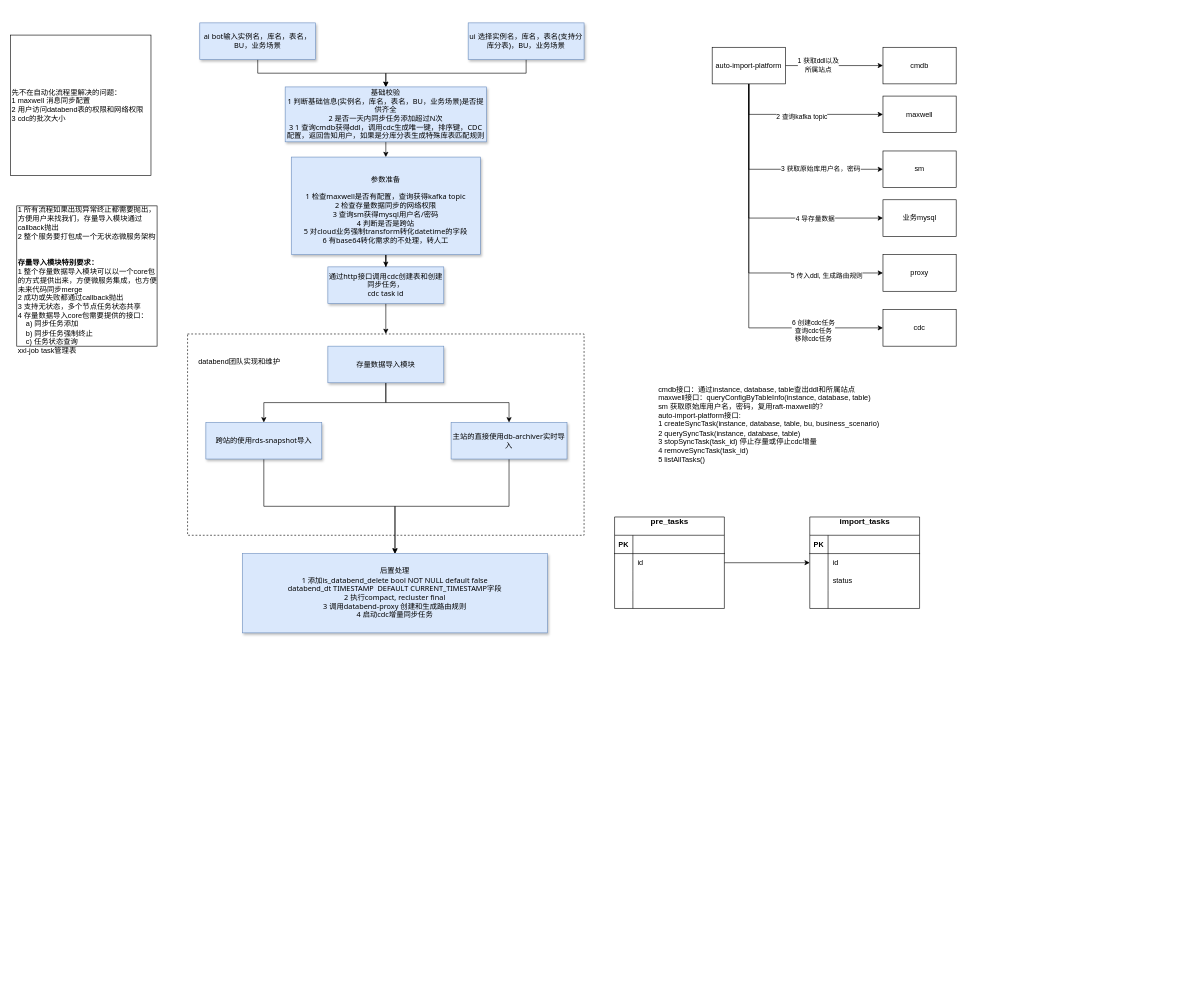
Before: doc/databend自动化数据导入流程.drawio in jackjoesh/databend, a draw.io diagram. Source tidied: cells renumbered, new cells numbered last; positions are measured from the earlier drawing's top-left corner, leaving out a move shared by most shapes. Both pictures are drawn from the tidied source at 61%, with x=0, y=0 at pixel (10, 23).
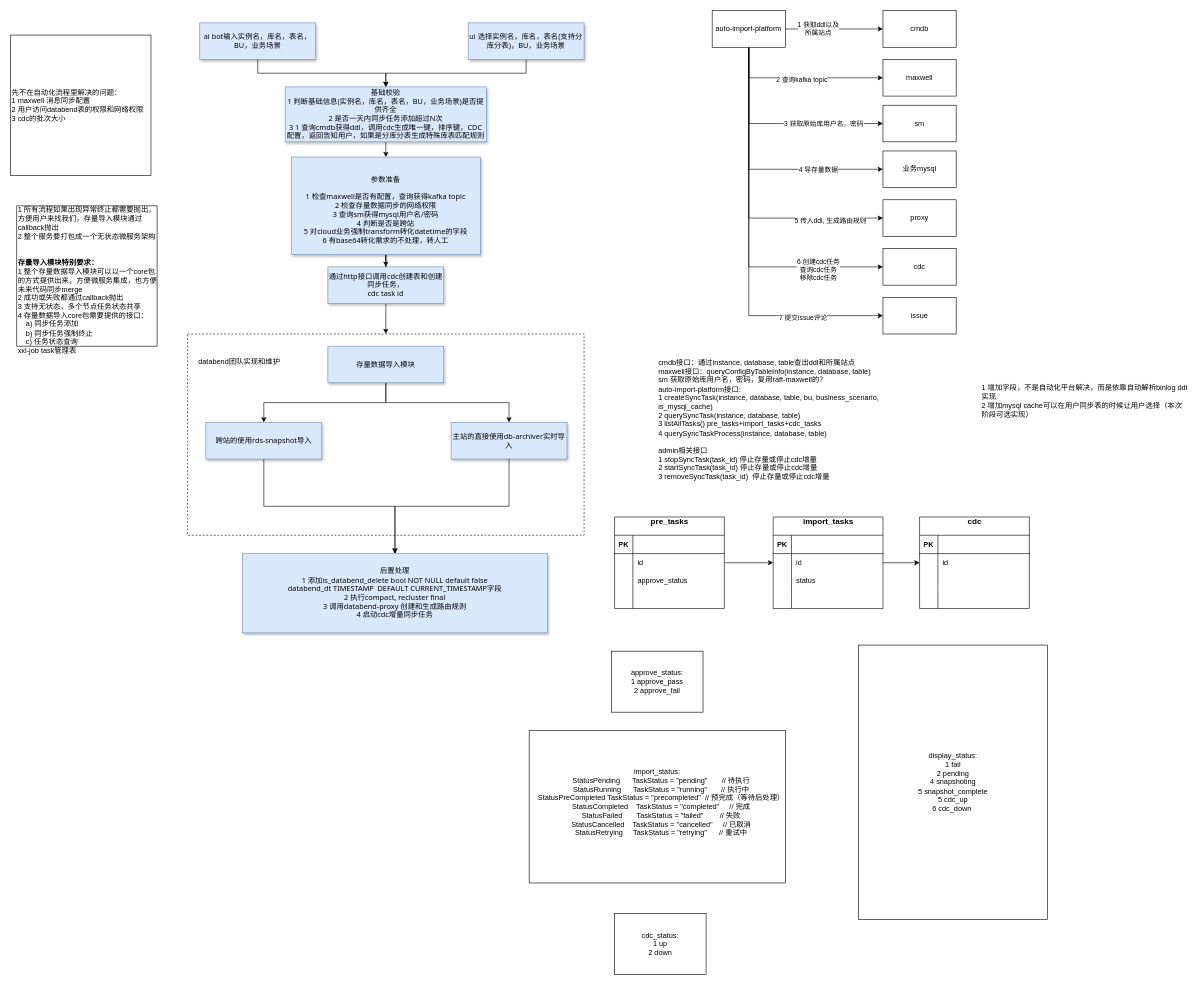
The same page after the edit.

Commit message (it also covers changes not shown here):
更新databend自动化数据导入流程.drawio

Unchanged cells that the change refers to:
```xml
<mxCell id="49" style="shape=tableRow;horizontal=0;startSize=0;swimlaneHead=0;swimlaneBody=0;fillColor=none;points=[[0,0.5],[1,0.5]];portConstraint=eastwest;top=0;left=0;right=0;bottom=0;" parent="45" vertex="1">
  <mxGeometry y="60" width="180" height="30" as="geometry" />
</mxCell>
<mxCell id="65" style="shape=tableRow;horizontal=0;startSize=0;swimlaneHead=0;swimlaneBody=0;fillColor=none;top=0;left=0;right=0;bottom=0;" parent="58" vertex="1">
  <mxGeometry y="90" width="180" height="30" as="geometry" />
</mxCell>
```

Diff of the diagram source:
```diff
@@
+    <mxCell id="72" value="approve_status:&lt;div&gt;1 approve_pass&lt;/div&gt;&lt;div&gt;2 approve_fail&lt;/div&gt;" style="rounded=0;whiteSpace=wrap;html=1;" parent="1" vertex="1">
+      <mxGeometry x="985" y="1030" width="150" height="100" as="geometry" />
+    </mxCell>
+    <mxCell id="73" value="display_status:&lt;div&gt;1 fail&lt;/div&gt;&lt;div&gt;2 pending&lt;br&gt;&lt;/div&gt;&lt;div&gt;4 snapshoting&lt;/div&gt;&lt;div&gt;5 snapshot_complete&lt;/div&gt;&lt;div&gt;5 cdc_up&lt;/div&gt;&lt;div&gt;6 cdc_down&amp;nbsp;&lt;/div&gt;" style="rounded=0;whiteSpace=wrap;html=1;" parent="1" vertex="1">
+      <mxGeometry x="1390" y="1020" width="310" height="450" as="geometry" />
+    </mxCell>
@@
+    <mxCell id="74" style="edgeStyle=orthogonalEdgeStyle;rounded=0;jettySize=auto;html=1;exitX=0.5;exitY=1;exitDx=0;exitDy=0;entryX=0;entryY=0.5;entryDx=0;entryDy=0;" parent="1" edge="1" source="37" target="93">
+      <mxGeometry relative="1" as="geometry" />
+    </mxCell>
+    <mxCell id="75" value="7 提交issue评论" style="edgeLabel;html=1;align=center;verticalAlign=middle;" parent="74" vertex="1">
+      <mxGeometry x="0.6" y="-2" relative="1" as="geometry" />
+    </mxCell>
     <mxCell id="37" value="auto-import-platform" style="rounded=0;whiteSpace=wrap;html=1;" parent="1" vertex="1">
-      <mxGeometry x="1150" y="40" width="120" height="60" as="geometry" />
+      <mxGeometry x="1150" y="-20" width="120" height="60" as="geometry" />
     </mxCell>
     <mxCell id="38" value="cmdb" style="rounded=0;whiteSpace=wrap;html=1;" parent="1" vertex="1">
-      <mxGeometry x="1430" y="40" width="120" height="60" as="geometry" />
+      <mxGeometry x="1430" y="-20" width="120" height="60" as="geometry" />
     </mxCell>
     <mxCell id="39" value="maxwell" style="rounded=0;whiteSpace=wrap;html=1;" parent="1" vertex="1">
-      <mxGeometry x="1430" y="120" width="120" height="60" as="geometry" />
+      <mxGeometry x="1430" y="60" width="120" height="60" as="geometry" />
     </mxCell>
     <mxCell id="40" value="cdc" style="rounded=0;whiteSpace=wrap;html=1;" parent="1" vertex="1">
-      <mxGeometry x="1430" y="470" width="120" height="60" as="geometry" />
+      <mxGeometry x="1430" y="370" width="120" height="60" as="geometry" />
     </mxCell>
     <mxCell id="41" value="proxy" style="rounded=0;whiteSpace=wrap;html=1;" parent="1" vertex="1">
-      <mxGeometry x="1430" y="380" width="120" height="60" as="geometry" />
+      <mxGeometry x="1430" y="290" width="120" height="60" as="geometry" />
     </mxCell>
     <mxCell id="42" value="sm" style="rounded=0;whiteSpace=wrap;html=1;" parent="1" vertex="1">
-      <mxGeometry x="1430" y="210" width="120" height="60" as="geometry" />
+      <mxGeometry x="1430" y="135" width="120" height="60" as="geometry" />
     </mxCell>
     <mxCell id="43" value="业务mysql" style="rounded=0;whiteSpace=wrap;html=1;" parent="1" vertex="1">
-      <mxGeometry x="1430" y="290" width="120" height="60" as="geometry" />
+      <mxGeometry x="1430" y="210" width="120" height="60" as="geometry" />
     </mxCell>
-    <mxCell id="44" value="&lt;div&gt;cmdb接口：通过instance, database, table查出ddl和所属站点&lt;/div&gt;maxwell接口：queryConfigByTableInfo(instance, database, table)&lt;div&gt;sm 获取原始库用户名，密码，复用raft-maxwell的？&lt;br&gt;&lt;div&gt;auto-import-platform接口:&amp;nbsp;&lt;/div&gt;&lt;div&gt;1 createSyncTask(&lt;span style=&quot;background-color: transparent; color: light-dark(rgb(0, 0, 0), rgb(255, 255, 255));&quot;&gt;instance, database, table, bu,&amp;nbsp;&lt;/span&gt;&lt;span style=&quot;background-color: transparent;&quot;&gt;business_scenario&lt;/span&gt;&lt;span style=&quot;background-color: transparent; color: light-dark(rgb(0, 0, 0), rgb(255, 255, 255));&quot;&gt;)&lt;/span&gt;&lt;/div&gt;&lt;div&gt;&lt;span style=&quot;background-color: transparent; color: light-dark(rgb(0, 0, 0), rgb(255, 255, 255));&quot;&gt;2 querySyncTask&lt;/span&gt;&lt;span style=&quot;background-color: transparent; color: light-dark(rgb(0, 0, 0), rgb(255, 255, 255));&quot;&gt;(&lt;/span&gt;&lt;span style=&quot;background-color: transparent; color: light-dark(rgb(0, 0, 0), rgb(255, 255, 255));&quot;&gt;instance, database, table&lt;/span&gt;&lt;span style=&quot;background-color: transparent; color: light-dark(rgb(0, 0, 0), rgb(255, 255, 255));&quot;&gt;)&lt;/span&gt;&lt;/div&gt;&lt;div&gt;&lt;span style=&quot;background-color: transparent; color: light-dark(rgb(0, 0, 0), rgb(255, 255, 255));&quot;&gt;3 stop&lt;/span&gt;&lt;span style=&quot;background-color: transparent; color: light-dark(rgb(0, 0, 0), rgb(255, 255, 255));&quot;&gt;SyncTask&lt;/span&gt;&lt;span style=&quot;background-color: transparent; color: light-dark(rgb(0, 0, 0), rgb(255, 255, 255));&quot;&gt;(task_id&lt;/span&gt;&lt;span style=&quot;background-color: transparent; color: light-dark(rgb(0, 0, 0), rgb(255, 255, 255));&quot;&gt;) 停止存量或停止cdc增量&lt;/span&gt;&lt;/div&gt;&lt;div&gt;&lt;span style=&quot;background-color: transparent; color: light-dark(rgb(0, 0, 0), rgb(255, 255, 255));&quot;&gt;4 removeSyncTask&lt;/span&gt;&lt;span style=&quot;background-color: transparent; color: light-dark(rgb(0, 0, 0), rgb(255, 255, 255));&quot;&gt;(task_id&lt;/span&gt;&lt;span style=&quot;background-color: transparent; color: light-dark(rgb(0, 0, 0), rgb(255, 255, 255));&quot;&gt;)&amp;nbsp;&lt;/span&gt;&lt;/div&gt;&lt;div&gt;&lt;span style=&quot;background-color: transparent; color: light-dark(rgb(0, 0, 0), rgb(255, 255, 255));&quot;&gt;5 listAllTasks()&lt;/span&gt;&lt;/div&gt;&lt;div&gt;&lt;span style=&quot;background-color: transparent; color: light-dark(rgb(0, 0, 0), rgb(255, 255, 255));&quot;&gt;&lt;br&gt;&lt;/span&gt;&lt;/div&gt;&lt;/div&gt;" style="text;html=1;align=left;verticalAlign=middle;whiteSpace=wrap;rounded=0;" parent="1" vertex="1">
+    <mxCell id="44" value="&lt;div&gt;cmdb接口：通过instance, database, table查出ddl和所属站点&lt;/div&gt;maxwell接口：queryConfigByTableInfo(instance, database, table)&lt;div&gt;sm 获取原始库用户名，密码，复用raft-maxwell的？&lt;br&gt;&lt;div&gt;auto-import-platform接口:&amp;nbsp;&lt;/div&gt;&lt;div&gt;1 createSyncTask(&lt;span style=&quot;background-color: transparent; color: light-dark(rgb(0, 0, 0), rgb(255, 255, 255));&quot;&gt;instance, database, table, bu,&amp;nbsp;&lt;/span&gt;&lt;span style=&quot;background-color: transparent;&quot;&gt;business_scenario, is_mysql_cache&lt;/span&gt;&lt;span style=&quot;background-color: transparent; color: light-dark(rgb(0, 0, 0), rgb(255, 255, 255));&quot;&gt;)&lt;/span&gt;&lt;/div&gt;&lt;div&gt;&lt;span style=&quot;background-color: transparent; color: light-dark(rgb(0, 0, 0), rgb(255, 255, 255));&quot;&gt;2 querySyncTask&lt;/span&gt;&lt;span style=&quot;background-color: transparent; color: light-dark(rgb(0, 0, 0), rgb(255, 255, 255));&quot;&gt;(&lt;/span&gt;&lt;span style=&quot;background-color: transparent; color: light-dark(rgb(0, 0, 0), rgb(255, 255, 255));&quot;&gt;instance, database, table&lt;/span&gt;&lt;span style=&quot;background-color: transparent; color: light-dark(rgb(0, 0, 0), rgb(255, 255, 255));&quot;&gt;)&lt;/span&gt;&lt;/div&gt;&lt;div&gt;&lt;span style=&quot;background-color: transparent; color: light-dark(rgb(0, 0, 0), rgb(255, 255, 255));&quot;&gt;3 listAllTasks() pre_tasks+import_tasks+cdc_tasks&lt;/span&gt;&lt;/div&gt;&lt;div&gt;&lt;span style=&quot;background-color: transparent; color: light-dark(rgb(0, 0, 0), rgb(255, 255, 255));&quot;&gt;4 querySyncTaskProcess(&lt;/span&gt;&lt;span style=&quot;background-color: transparent; color: light-dark(rgb(0, 0, 0), rgb(255, 255, 255));&quot;&gt;instance, database, table&lt;/span&gt;&lt;span style=&quot;background-color: transparent; color: light-dark(rgb(0, 0, 0), rgb(255, 255, 255));&quot;&gt;)&lt;br&gt;&lt;br&gt;admin相关接口&lt;br&gt;&lt;/span&gt;&lt;div&gt;&lt;span style=&quot;background-color: transparent; color: light-dark(rgb(0, 0, 0), rgb(255, 255, 255));&quot;&gt;1 stop&lt;/span&gt;&lt;span style=&quot;background-color: transparent; color: light-dark(rgb(0, 0, 0), rgb(255, 255, 255));&quot;&gt;SyncTask&lt;/span&gt;&lt;span style=&quot;background-color: transparent; color: light-dark(rgb(0, 0, 0), rgb(255, 255, 255));&quot;&gt;(task_id&lt;/span&gt;&lt;span style=&quot;background-color: transparent; color: light-dark(rgb(0, 0, 0), rgb(255, 255, 255));&quot;&gt;) 停止存量或停止cdc增量&lt;/span&gt;&lt;/div&gt;&lt;div&gt;&lt;span style=&quot;color: light-dark(rgb(0, 0, 0), rgb(255, 255, 255)); background-color: transparent;&quot;&gt;2 start&lt;/span&gt;&lt;span style=&quot;color: light-dark(rgb(0, 0, 0), rgb(255, 255, 255)); background-color: transparent;&quot;&gt;SyncTask&lt;/span&gt;&lt;span style=&quot;color: light-dark(rgb(0, 0, 0), rgb(255, 255, 255)); background-color: transparent;&quot;&gt;(task_id&lt;/span&gt;&lt;span style=&quot;color: light-dark(rgb(0, 0, 0), rgb(255, 255, 255)); background-color: transparent;&quot;&gt;) 停止存量或停止cdc增量&lt;/span&gt;&lt;span style=&quot;background-color: transparent; color: light-dark(rgb(0, 0, 0), rgb(255, 255, 255));&quot;&gt;&lt;/span&gt;&lt;/div&gt;&lt;div&gt;&lt;span style=&quot;background-color: transparent; color: light-dark(rgb(0, 0, 0), rgb(255, 255, 255));&quot;&gt;3 removeSyncTask&lt;/span&gt;&lt;span style=&quot;background-color: transparent; color: light-dark(rgb(0, 0, 0), rgb(255, 255, 255));&quot;&gt;(task_id&lt;/span&gt;&lt;span style=&quot;background-color: transparent; color: light-dark(rgb(0, 0, 0), rgb(255, 255, 255));&quot;&gt;)&amp;nbsp;&amp;nbsp;&lt;/span&gt;&lt;span style=&quot;background-color: transparent; color: light-dark(rgb(0, 0, 0), rgb(255, 255, 255));&quot;&gt;停止存量或停止cdc增量&lt;/span&gt;&lt;/div&gt;&lt;/div&gt;&lt;div&gt;&lt;br&gt;&lt;/div&gt;&lt;div&gt;&lt;span style=&quot;background-color: transparent; color: light-dark(rgb(0, 0, 0), rgb(255, 255, 255));&quot;&gt;&lt;br&gt;&lt;/span&gt;&lt;/div&gt;&lt;/div&gt;" style="text;html=1;align=left;verticalAlign=middle;whiteSpace=wrap;rounded=0;" parent="1" vertex="1">
       <mxGeometry x="1060" y="540" width="400" height="250" as="geometry" />
     </mxCell>
     <mxCell id="45" value="&lt;div&gt;&lt;span style=&quot;font-size: 9.95pt; font-family: &amp;quot;PingFang SC&amp;quot;;&quot;&gt;import_tasks&lt;/span&gt;&lt;/div&gt;&lt;div&gt;&lt;br/&gt;&lt;/div&gt;" style="shape=table;startSize=30;childLayout=tableLayout;rowLines=0;fontStyle=1;align=center;html=1;" parent="1" vertex="1">
-      <mxGeometry x="1310" y="810" width="180" height="150" as="geometry" />
+      <mxGeometry x="1250" y="810" width="180" height="150" as="geometry" />
     </mxCell>
@@
-    <mxCell id="67" style="shape=partialRectangle;fillColor=none;top=0;left=0;bottom=0;right=0;align=left;spacingLeft=6;overflow=hidden;whiteSpace=wrap;html=1;" parent="65" vertex="1">
+    <mxCell id="67" value="approve_status" style="shape=partialRectangle;fillColor=none;top=0;left=0;bottom=0;right=0;align=left;spacingLeft=6;overflow=hidden;whiteSpace=wrap;html=1;" parent="65" vertex="1">
       <mxGeometry x="30" width="150" height="30" as="geometry" />
     </mxCell>
@@
+    <mxCell id="76" value="&lt;div&gt;&lt;span style=&quot;font-size: 9.95pt; font-family: &amp;quot;PingFang SC&amp;quot;;&quot;&gt;cdc&lt;/span&gt;&lt;/div&gt;&lt;div&gt;&lt;br&gt;&lt;/div&gt;" style="shape=table;startSize=30;childLayout=tableLayout;rowLines=0;fontStyle=1;align=center;html=1;" parent="1" vertex="1">
+      <mxGeometry x="1490" y="810" width="180" height="150" as="geometry" />
+    </mxCell>
+    <mxCell id="77" style="shape=tableRow;horizontal=0;startSize=0;swimlaneHead=0;swimlaneBody=0;fillColor=none;top=0;left=0;right=0;bottom=1;" parent="76" vertex="1">
+      <mxGeometry y="30" width="180" height="30" as="geometry" />
+    </mxCell>
+    <mxCell id="78" value="PK" style="shape=partialRectangle;fillColor=none;top=0;left=0;bottom=0;right=0;fontStyle=1;overflow=hidden;whiteSpace=wrap;html=1;" parent="77" vertex="1">
+      <mxGeometry width="30" height="30" as="geometry" />
+    </mxCell>
+    <mxCell id="79" style="shape=partialRectangle;fillColor=none;top=0;left=0;bottom=0;right=0;align=left;spacingLeft=6;fontStyle=5;overflow=hidden;whiteSpace=wrap;html=1;" parent="77" vertex="1">
+      <mxGeometry x="30" width="150" height="30" as="geometry" />
+    </mxCell>
+    <mxCell id="80" style="shape=tableRow;horizontal=0;startSize=0;swimlaneHead=0;swimlaneBody=0;fillColor=none;points=[[0,0.5],[1,0.5]];portConstraint=eastwest;top=0;left=0;right=0;bottom=0;" parent="76" vertex="1">
+      <mxGeometry y="60" width="180" height="30" as="geometry" />
+    </mxCell>
+    <mxCell id="81" style="shape=partialRectangle;fillColor=none;top=0;left=0;bottom=0;right=0;overflow=hidden;whiteSpace=wrap;html=1;" parent="80" vertex="1">
+      <mxGeometry width="30" height="30" as="geometry" />
+    </mxCell>
+    <mxCell id="82" value="id" style="shape=partialRectangle;fillColor=none;top=0;left=0;bottom=0;right=0;align=left;spacingLeft=6;overflow=hidden;whiteSpace=wrap;html=1;" parent="80" vertex="1">
+      <mxGeometry x="30" width="150" height="30" as="geometry" />
+    </mxCell>
+    <mxCell id="83" style="shape=tableRow;horizontal=0;startSize=0;swimlaneHead=0;swimlaneBody=0;fillColor=none;top=0;left=0;right=0;bottom=0;" parent="76" vertex="1">
+      <mxGeometry y="90" width="180" height="30" as="geometry" />
+    </mxCell>
+    <mxCell id="84" style="shape=partialRectangle;fillColor=none;top=0;left=0;bottom=0;right=0;overflow=hidden;whiteSpace=wrap;html=1;" parent="83" vertex="1">
+      <mxGeometry width="30" height="30" as="geometry" />
+    </mxCell>
+    <mxCell id="85" style="shape=partialRectangle;fillColor=none;top=0;left=0;bottom=0;right=0;align=left;spacingLeft=6;overflow=hidden;whiteSpace=wrap;html=1;" parent="83" vertex="1">
+      <mxGeometry x="30" width="150" height="30" as="geometry" />
+    </mxCell>
+    <mxCell id="86" style="shape=tableRow;horizontal=0;startSize=0;swimlaneHead=0;swimlaneBody=0;fillColor=none;top=0;left=0;right=0;bottom=0;" parent="76" vertex="1">
+      <mxGeometry y="120" width="180" height="30" as="geometry" />
+    </mxCell>
+    <mxCell id="87" style="shape=partialRectangle;fillColor=none;top=0;left=0;bottom=0;right=0;overflow=hidden;whiteSpace=wrap;html=1;" parent="86" vertex="1">
+      <mxGeometry width="30" height="30" as="geometry" />
+    </mxCell>
+    <mxCell id="88" style="shape=partialRectangle;fillColor=none;top=0;left=0;bottom=0;right=0;align=left;spacingLeft=6;overflow=hidden;whiteSpace=wrap;html=1;" parent="86" vertex="1">
+      <mxGeometry x="30" width="150" height="30" as="geometry" />
+    </mxCell>
+    <mxCell id="89" style="edgeStyle=orthogonalEdgeStyle;rounded=0;jettySize=auto;html=1;exitX=1;exitY=0.5;exitDx=0;exitDy=0;" parent="1" edge="1" source="49" target="80">
+      <mxGeometry relative="1" as="geometry" />
+    </mxCell>
+    <mxCell id="90" value="import_status:&lt;div&gt;&lt;div&gt;&amp;nbsp; &amp;nbsp; StatusPending&amp;nbsp; &amp;nbsp; &amp;nbsp; TaskStatus = &quot;pending&quot;&amp;nbsp; &amp;nbsp; &amp;nbsp; &amp;nbsp;// 待执行&lt;/div&gt;&lt;div&gt;&amp;nbsp; &amp;nbsp; StatusRunning&amp;nbsp; &amp;nbsp; &amp;nbsp; TaskStatus = &quot;running&quot;&amp;nbsp; &amp;nbsp; &amp;nbsp; &amp;nbsp;// 执行中&lt;/div&gt;&lt;div&gt;&amp;nbsp; &amp;nbsp; StatusPreCompleted TaskStatus = &quot;precompleted&quot;&amp;nbsp; // 预完成（等待后处理）&lt;/div&gt;&lt;div&gt;&amp;nbsp; &amp;nbsp; StatusCompleted&amp;nbsp; &amp;nbsp; TaskStatus = &quot;completed&quot;&amp;nbsp; &amp;nbsp; &amp;nbsp;// 完成&lt;/div&gt;&lt;div&gt;&amp;nbsp; &amp;nbsp; StatusFailed&amp;nbsp; &amp;nbsp; &amp;nbsp; &amp;nbsp;TaskStatus = &quot;failed&quot;&amp;nbsp; &amp;nbsp; &amp;nbsp; &amp;nbsp; // 失败&lt;/div&gt;&lt;div&gt;&amp;nbsp; &amp;nbsp; StatusCancelled&amp;nbsp; &amp;nbsp; TaskStatus = &quot;cancelled&quot;&amp;nbsp; &amp;nbsp; &amp;nbsp;// 已取消&lt;/div&gt;&lt;div&gt;&amp;nbsp; &amp;nbsp; StatusRetrying&amp;nbsp; &amp;nbsp; &amp;nbsp;TaskStatus = &quot;retrying&quot;&amp;nbsp; &amp;nbsp; &amp;nbsp; // 重试中&lt;/div&gt;&lt;div&gt;&lt;br&gt;&lt;/div&gt;&lt;/div&gt;" style="rounded=0;whiteSpace=wrap;html=1;" parent="1" vertex="1">
+      <mxGeometry x="850" y="1160" width="420" height="250" as="geometry" />
+    </mxCell>
+    <mxCell id="91" value="cdc_status:&lt;div&gt;1 up&lt;/div&gt;&lt;div&gt;2 down&lt;/div&gt;" style="rounded=0;whiteSpace=wrap;html=1;" parent="1" vertex="1">
+      <mxGeometry x="990" y="1460" width="150" height="100" as="geometry" />
+    </mxCell>
+    <mxCell id="92" value="&lt;div&gt;1 增加字段，不是自动化平台解决，而是依靠自动解析binlog ddl实现&lt;/div&gt;&lt;div&gt;2 增加mysql cache可以在用户同步表的时候让用户选择（本次阶段可选实现）&lt;/div&gt;" style="text;html=1;align=left;verticalAlign=middle;whiteSpace=wrap;rounded=0;" parent="1" vertex="1">
+      <mxGeometry x="1590" y="560" width="340" height="120" as="geometry" />
+    </mxCell>
+    <mxCell id="93" value="issue" style="rounded=0;whiteSpace=wrap;html=1;" parent="1" vertex="1">
+      <mxGeometry x="1430" y="450" width="120" height="60" as="geometry" />
+    </mxCell>
```
